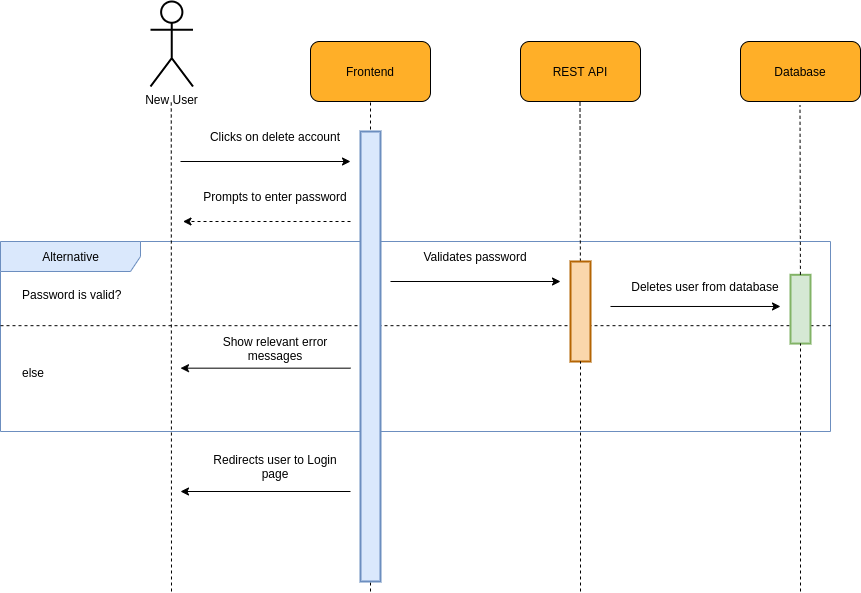
Earlier version of the draw.io export diagrams/sequence/seq-07.png (usman1100/fyp-documentation). Source tidied: cells renumbered, new cells last; positions are measured from the earlier drawing's top-left corner, leaving out a move shared by most shapes. Source of this version:
```xml
<mxGraphModel>
  <root>
    <mxCell id="0" />
    <mxCell id="1" parent="0" />
    <mxCell id="2" value="Alternative" style="shape=umlFrame;tabWidth=110;tabHeight=30;tabPosition=left;html=1;boundedLbl=1;labelInHeader=1;width=140;height=30;fillColor=#dae8fc;fontSize=12;strokeWidth=1;strokeColor=#6c8ebf;" parent="1" vertex="1">
      <mxGeometry y="240" width="830" height="190" as="geometry" />
    </mxCell>
    <mxCell id="3" value="Password is valid?" style="text;fillColor=none;fontSize=12;" parent="2" vertex="1">
      <mxGeometry width="100" height="20" relative="1" as="geometry">
        <mxPoint x="20" y="40" as="offset" />
      </mxGeometry>
    </mxCell>
    <mxCell id="4" value="else" style="line;strokeWidth=1;dashed=1;labelPosition=center;verticalLabelPosition=bottom;align=left;verticalAlign=top;spacingLeft=20;spacingTop=15;fillColor=none;fontSize=12;" parent="2" vertex="1">
      <mxGeometry y="65.8" width="830" height="36.8" as="geometry" />
    </mxCell>
    <mxCell id="5" style="endArrow=classic;html=1;rounded=0;strokeWidth=1;jumpSize=6;fontSize=12;" parent="2" edge="1">
      <mxGeometry relative="1" as="geometry">
        <mxPoint x="610" y="65" as="sourcePoint" />
        <mxPoint x="780" y="65" as="targetPoint" />
      </mxGeometry>
    </mxCell>
    <mxCell id="6" value="&lt;span style=&quot;background-color: rgb(255 , 255 , 255) ; font-size: 12px&quot;&gt;Deletes user from database&lt;/span&gt;" style="text;html=1;strokeColor=none;fillColor=none;align=center;verticalAlign=middle;whiteSpace=wrap;rounded=0;fontSize=12;" parent="2" vertex="1">
      <mxGeometry x="630" y="33.3" width="150" height="23.8" as="geometry" />
    </mxCell>
    <mxCell id="7" value="&lt;span style=&quot;background-color: rgb(255, 255, 255); font-size: 12px;&quot;&gt;Show relevant error messages&lt;/span&gt;" style="text;html=1;strokeColor=none;fillColor=none;align=center;verticalAlign=middle;whiteSpace=wrap;rounded=0;fontSize=12;" parent="2" vertex="1">
      <mxGeometry x="200" y="95" width="150" height="23.8" as="geometry" />
    </mxCell>
    <mxCell id="8" style="endArrow=classic;html=1;rounded=0;strokeWidth=1;jumpSize=6;fontSize=12;" parent="2" edge="1">
      <mxGeometry relative="1" as="geometry">
        <mxPoint x="350" y="126.7" as="sourcePoint" />
        <mxPoint x="180" y="126.7" as="targetPoint" />
      </mxGeometry>
    </mxCell>
    <mxCell id="9" style="rounded=0;whiteSpace=wrap;html=1;fontSize=12;strokeWidth=2;fillColor=#d5e8d4;strokeColor=#82b366;" parent="2" vertex="1">
      <mxGeometry x="790" y="33.3" width="20" height="68.8" as="geometry" />
    </mxCell>
    <mxCell id="10" style="group;fontSize=12;" parent="1" vertex="1">
      <mxGeometry x="310" y="40" width="120" height="60" as="geometry" />
    </mxCell>
    <mxCell id="11" style="rounded=1;whiteSpace=wrap;html=1;fillColor=#FFAF28;fontSize=12;" parent="10" vertex="1">
      <mxGeometry width="120" height="60" as="geometry" />
    </mxCell>
    <mxCell id="12" value="&lt;font style=&quot;font-size: 12px;&quot;&gt;Frontend&lt;/font&gt;" style="text;html=1;strokeColor=none;fillColor=none;align=center;verticalAlign=middle;whiteSpace=wrap;rounded=0;fontSize=12;" parent="10" vertex="1">
      <mxGeometry x="30" y="15" width="60" height="30" as="geometry" />
    </mxCell>
    <mxCell id="13" style="group;fontSize=12;" parent="1" vertex="1">
      <mxGeometry x="520" y="40" width="120" height="60" as="geometry" />
    </mxCell>
    <mxCell id="14" style="rounded=1;whiteSpace=wrap;html=1;fillColor=#FFAF28;fontSize=12;" parent="13" vertex="1">
      <mxGeometry width="120" height="60" as="geometry" />
    </mxCell>
    <mxCell id="15" value="&lt;font style=&quot;font-size: 12px;&quot;&gt;REST API&lt;/font&gt;" style="text;html=1;strokeColor=none;fillColor=none;align=center;verticalAlign=middle;whiteSpace=wrap;rounded=0;fontSize=12;" parent="13" vertex="1">
      <mxGeometry x="30" y="15" width="60" height="30" as="geometry" />
    </mxCell>
    <mxCell id="16" style="endArrow=none;dashed=1;html=1;rounded=0;entryX=0.5;entryY=1;entryDx=0;entryDy=0;jumpSize=6;strokeWidth=1;fontSize=12;" parent="1" edge="1" target="11">
      <mxGeometry relative="1" as="geometry">
        <mxPoint x="370" y="590" as="sourcePoint" />
      </mxGeometry>
    </mxCell>
    <mxCell id="17" style="endArrow=none;dashed=1;html=1;rounded=0;entryX=0.5;entryY=1;entryDx=0;entryDy=0;jumpSize=6;strokeWidth=1;startArrow=none;fontSize=12;" parent="1" edge="1" source="25">
      <mxGeometry relative="1" as="geometry">
        <mxPoint x="579.5" y="100" as="targetPoint" />
      </mxGeometry>
    </mxCell>
    <mxCell id="18" value="New User" style="shape=umlActor;verticalLabelPosition=bottom;verticalAlign=top;html=1;rounded=1;strokeWidth=2;fontSize=12;" parent="1" vertex="1">
      <mxGeometry x="150" width="42.5" height="85" as="geometry" />
    </mxCell>
    <mxCell id="19" style="endArrow=none;dashed=1;html=1;rounded=0;entryX=0.5;entryY=1;entryDx=0;entryDy=0;jumpSize=6;strokeWidth=1;fontSize=12;" parent="1" edge="1">
      <mxGeometry relative="1" as="geometry">
        <mxPoint x="171" y="590" as="sourcePoint" />
        <mxPoint x="170.8" y="100" as="targetPoint" />
      </mxGeometry>
    </mxCell>
    <mxCell id="20" style="endArrow=classic;html=1;rounded=0;strokeWidth=1;jumpSize=6;fontSize=12;" parent="1" edge="1">
      <mxGeometry relative="1" as="geometry">
        <mxPoint x="180" y="160" as="sourcePoint" />
        <mxPoint x="350" y="160" as="targetPoint" />
      </mxGeometry>
    </mxCell>
    <mxCell id="21" value="&lt;span style=&quot;background-color: rgb(255 , 255 , 255) ; font-size: 12px&quot;&gt;Clicks on delete account&lt;/span&gt;" style="text;html=1;strokeColor=none;fillColor=none;align=center;verticalAlign=middle;whiteSpace=wrap;rounded=0;fontSize=12;" parent="1" vertex="1">
      <mxGeometry x="200" y="120" width="150" height="30" as="geometry" />
    </mxCell>
    <mxCell id="22" style="endArrow=classic;html=1;rounded=0;strokeWidth=1;jumpSize=6;dashed=1;fontSize=12;" parent="1" edge="1">
      <mxGeometry relative="1" as="geometry">
        <mxPoint x="350" y="220" as="sourcePoint" />
        <mxPoint x="182.5" y="220" as="targetPoint" />
      </mxGeometry>
    </mxCell>
    <mxCell id="23" value="&lt;span style=&quot;background-color: rgb(255 , 255 , 255) ; font-size: 12px&quot;&gt;Prompts to enter password&lt;/span&gt;" style="text;html=1;strokeColor=none;fillColor=none;align=center;verticalAlign=middle;whiteSpace=wrap;rounded=0;fontSize=12;" parent="1" vertex="1">
      <mxGeometry x="200" y="180" width="150" height="30" as="geometry" />
    </mxCell>
    <mxCell id="24" style="rounded=0;whiteSpace=wrap;html=1;fontSize=12;strokeWidth=2;fillColor=#dae8fc;strokeColor=#6c8ebf;" parent="1" vertex="1">
      <mxGeometry x="360" y="130" width="20" height="450" as="geometry" />
    </mxCell>
    <mxCell id="25" style="rounded=0;whiteSpace=wrap;html=1;fontSize=12;strokeWidth=2;fillColor=#fad7ac;strokeColor=#b46504;" parent="1" vertex="1">
      <mxGeometry x="570" y="260" width="20" height="100" as="geometry" />
    </mxCell>
    <mxCell id="26" style="endArrow=none;dashed=1;html=1;rounded=0;entryX=0.5;entryY=1;entryDx=0;entryDy=0;jumpSize=6;strokeWidth=1;fontSize=12;" parent="1" edge="1" target="25">
      <mxGeometry relative="1" as="geometry">
        <mxPoint x="580" y="590" as="sourcePoint" />
      </mxGeometry>
    </mxCell>
    <mxCell id="27" style="group;fontSize=12;" parent="1" vertex="1">
      <mxGeometry x="740" y="40" width="120" height="60" as="geometry" />
    </mxCell>
    <mxCell id="28" style="rounded=1;whiteSpace=wrap;html=1;fillColor=#FFAF28;fontSize=12;" parent="27" vertex="1">
      <mxGeometry width="120" height="60" as="geometry" />
    </mxCell>
    <mxCell id="29" value="&lt;font style=&quot;font-size: 12px&quot;&gt;Database&lt;/font&gt;" style="text;html=1;strokeColor=none;fillColor=none;align=center;verticalAlign=middle;whiteSpace=wrap;rounded=0;fontSize=12;" parent="27" vertex="1">
      <mxGeometry x="30" y="15" width="60" height="30" as="geometry" />
    </mxCell>
    <mxCell id="30" style="endArrow=none;dashed=1;html=1;rounded=0;entryX=0.5;entryY=1;entryDx=0;entryDy=0;jumpSize=6;strokeWidth=1;fontSize=12;startArrow=none;" parent="1" edge="1" source="9">
      <mxGeometry relative="1" as="geometry">
        <mxPoint x="799.5" y="104" as="targetPoint" />
      </mxGeometry>
    </mxCell>
    <mxCell id="31" style="endArrow=classic;html=1;rounded=0;strokeWidth=1;jumpSize=6;fontSize=12;" parent="1" edge="1">
      <mxGeometry relative="1" as="geometry">
        <mxPoint x="390" y="280" as="sourcePoint" />
        <mxPoint x="560" y="280" as="targetPoint" />
      </mxGeometry>
    </mxCell>
    <mxCell id="32" value="&lt;span style=&quot;background-color: rgb(255 , 255 , 255)&quot;&gt;Validates password&lt;/span&gt;" style="text;html=1;strokeColor=none;fillColor=none;align=center;verticalAlign=middle;whiteSpace=wrap;rounded=0;fontSize=12;" parent="1" vertex="1">
      <mxGeometry x="400" y="240" width="150" height="30" as="geometry" />
    </mxCell>
    <mxCell id="33" style="endArrow=classic;html=1;rounded=0;strokeWidth=1;jumpSize=6;fontSize=12;" parent="1" edge="1">
      <mxGeometry relative="1" as="geometry">
        <mxPoint x="350" y="490" as="sourcePoint" />
        <mxPoint x="180" y="490" as="targetPoint" />
      </mxGeometry>
    </mxCell>
    <mxCell id="34" value="&lt;span style=&quot;background-color: rgb(255 , 255 , 255) ; font-size: 12px&quot;&gt;Redirects user to Login page&lt;/span&gt;" style="text;html=1;strokeColor=none;fillColor=none;align=center;verticalAlign=middle;whiteSpace=wrap;rounded=0;fontSize=12;" parent="1" vertex="1">
      <mxGeometry x="200" y="450" width="150" height="30" as="geometry" />
    </mxCell>
    <mxCell id="35" style="endArrow=none;dashed=1;html=1;rounded=0;entryX=0.5;entryY=1;entryDx=0;entryDy=0;jumpSize=6;strokeWidth=1;fontSize=12;" parent="1" edge="1" target="9">
      <mxGeometry relative="1" as="geometry">
        <mxPoint x="800" y="590" as="sourcePoint" />
      </mxGeometry>
    </mxCell>
  </root>
</mxGraphModel>
```
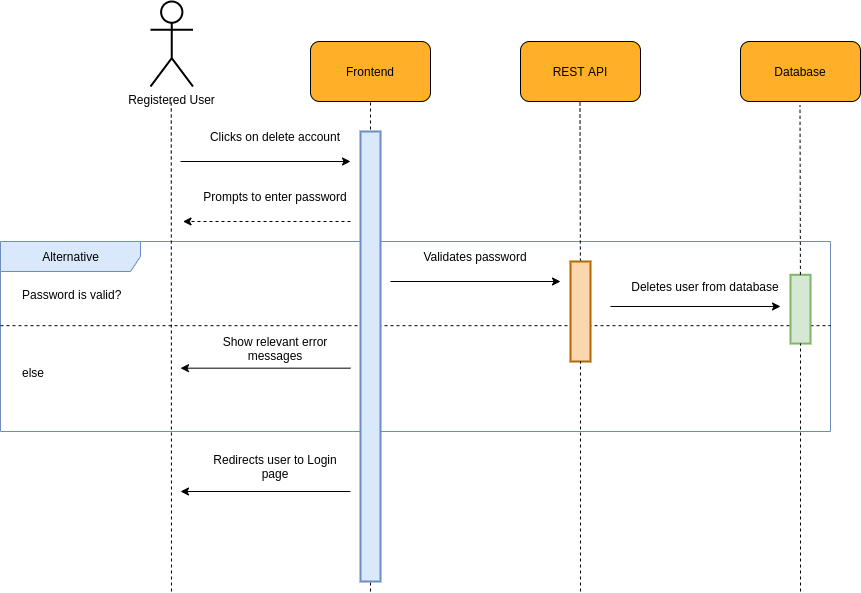
After the change.

Commit message:
Created sequence diagram 8,9 and 10

The edit, as a diff of the source:
```diff
@@ -62,7 +62,7 @@
         <mxPoint x="579.5" y="100" as="targetPoint" />
       </mxGeometry>
     </mxCell>
-    <mxCell id="18" value="New User" style="shape=umlActor;verticalLabelPosition=bottom;verticalAlign=top;html=1;rounded=1;strokeWidth=2;fontSize=12;" parent="1" vertex="1">
+    <mxCell id="18" value="Registered User" style="shape=umlActor;verticalLabelPosition=bottom;verticalAlign=top;html=1;rounded=1;strokeWidth=2;fontSize=12;" parent="1" vertex="1">
       <mxGeometry x="150" width="42.5" height="85" as="geometry" />
     </mxCell>
     <mxCell id="19" style="endArrow=none;dashed=1;html=1;rounded=0;entryX=0.5;entryY=1;entryDx=0;entryDy=0;jumpSize=6;strokeWidth=1;fontSize=12;" parent="1" edge="1">
```
